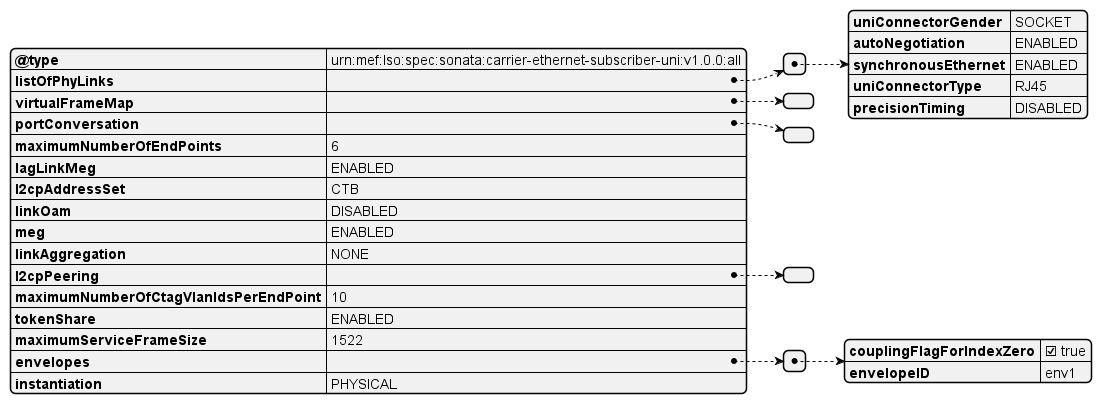
Earlier version of the PlantUML export documentation/productSchema/carrierEthernet/subscriberEthernet/MEF 125.0.1 resources/media/images/UseCase2aRequestEplUNIDiagram.png (MEF-GIT/MEF-LSO-Sonata-SDK). Its diagram source:
```plantuml
@startjson
{
  "@type": "urn:mef:lso:spec:sonata:carrier-ethernet-subscriber-uni:v1.0.0:all",
  "listOfPhyLinks": [
    {
      "uniConnectorGender": "SOCKET",
      "autoNegotiation": "ENABLED",
      "synchronousEthernet": "ENABLED",
      "uniConnectorType": "RJ45",
      "precisionTiming": "DISABLED"
    }
  ],
  "virtualFrameMap": [],
  "portConversation": [],
  "maximumNumberOfEndPoints": 6,
  "lagLinkMeg": "ENABLED",
  "l2cpAddressSet": "CTB",
  "linkOam": "DISABLED",
  "meg": "ENABLED",
  "linkAggregation": "NONE",
  "l2cpPeering": {},
  "maximumNumberOfCtagVlanIdsPerEndPoint": 10,
  "tokenShare": "ENABLED",
  "maximumServiceFrameSize": 1522,
  "envelopes": [
    {
      "couplingFlagForIndexZero": true,
      "envelopeID": "env1"
    }
  ],
  "instantiation": "PHYSICAL"
}

@endjson
```
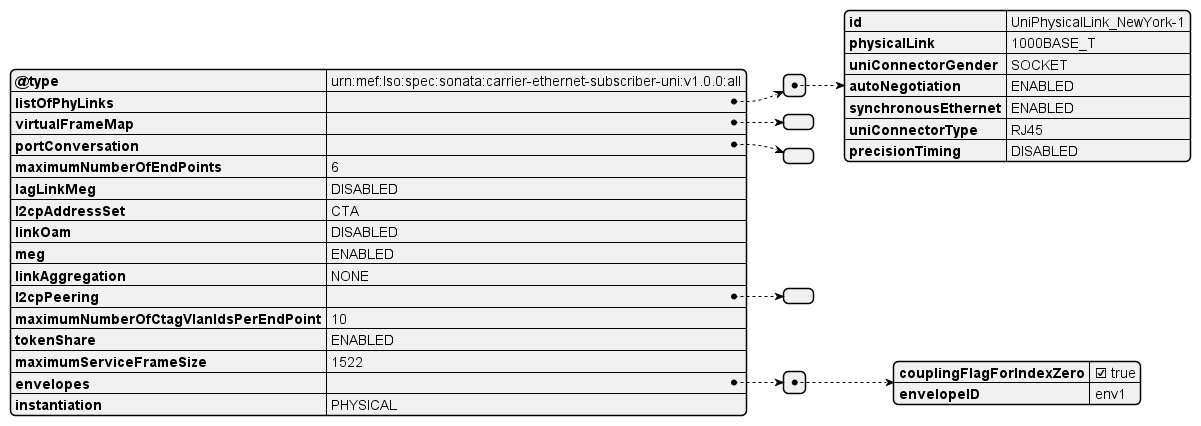
After the change.

What changed in the source:
```diff
@@ -3,6 +3,8 @@
   "@type": "urn:mef:lso:spec:sonata:carrier-ethernet-subscriber-uni:v1.0.0:all",
   "listOfPhyLinks": [
     {
+      "id": "UniPhysicalLink_NewYork-1",
+      "physicalLink": "1000BASE_T",
       "uniConnectorGender": "SOCKET",
       "autoNegotiation": "ENABLED",
       "synchronousEthernet": "ENABLED",
@@ -13,8 +15,8 @@
   "virtualFrameMap": [],
   "portConversation": [],
   "maximumNumberOfEndPoints": 6,
-  "lagLinkMeg": "ENABLED",
-  "l2cpAddressSet": "CTB",
+  "lagLinkMeg": "DISABLED",
+  "l2cpAddressSet": "CTA",
   "linkOam": "DISABLED",
   "meg": "ENABLED",
   "linkAggregation": "NONE",
```
